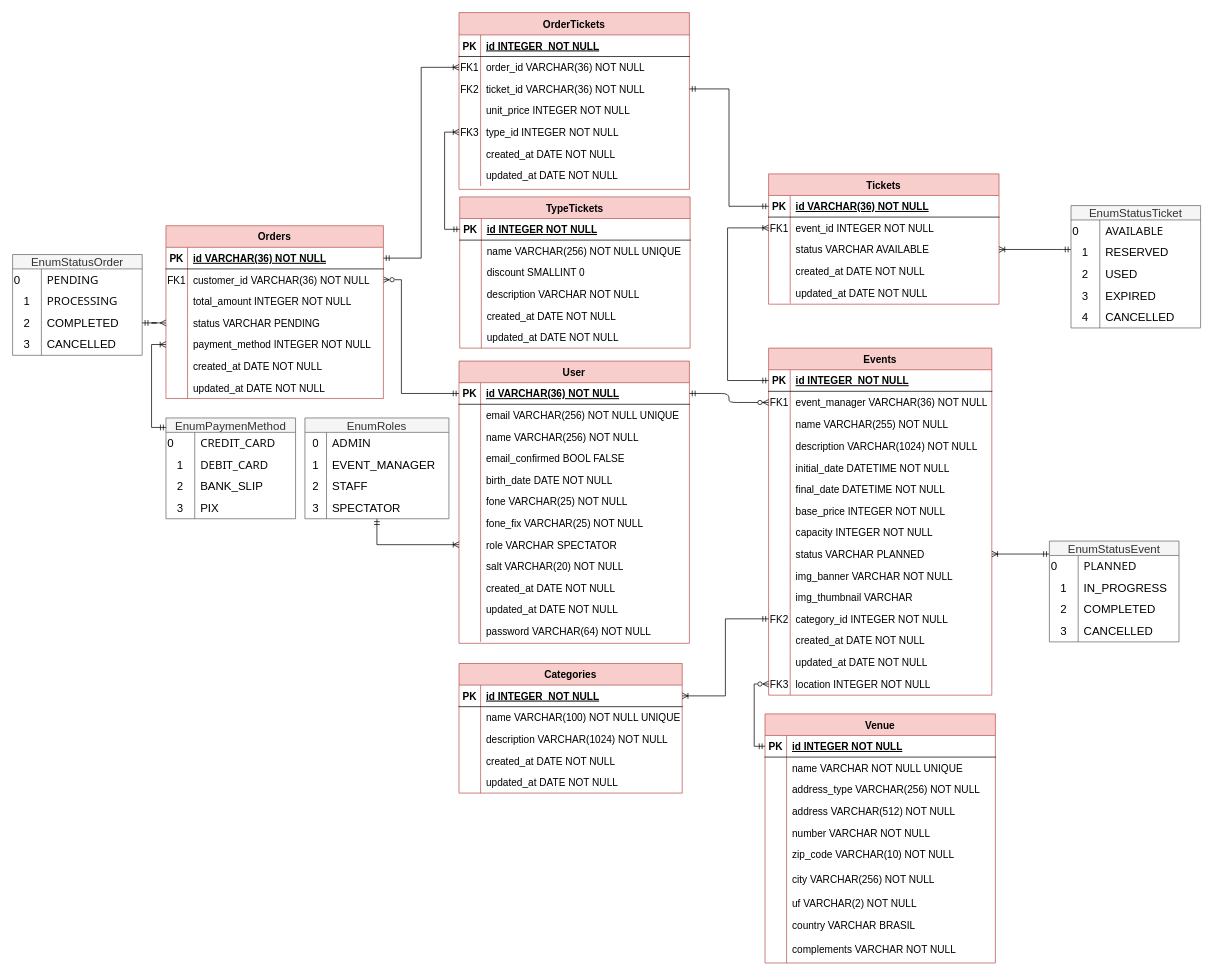
Earlier version of the draw.io diagram ticketeasypro/docs/Diagrama Entidade-Relacionamento.drawio (Christian4227/IES301_2024). Source tidied: cells renumbered, new cells numbered last; positions are measured from the earlier drawing's top-left corner, leaving out a move shared by most shapes. Both pictures are drawn from the tidied source at 72%, with x=0, y=0 at pixel (12, 12).
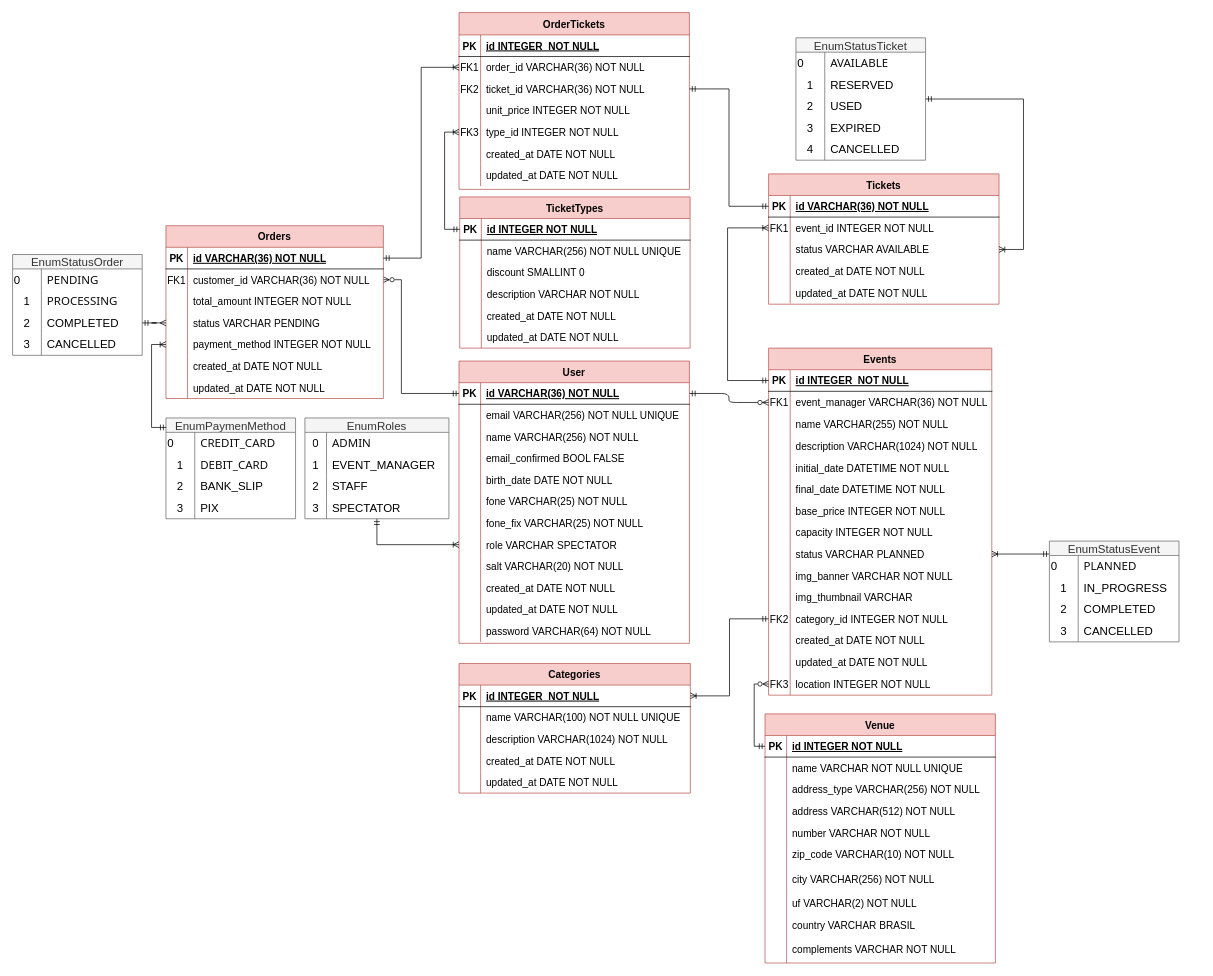
After the change.

Unchanged cells that the change refers to:
```xml
<mxCell id="109" style="shape=partialRectangle;fillColor=none;points=[[0,0.5],[1,0.5]];portConstraint=eastwest;top=0;left=0;right=0;bottom=0;fontSize=14;" parent="102" vertex="1">
  <mxGeometry y="90" width="320" height="30" as="geometry" />
</mxCell>
```

What changed in the source:
```diff
@@
     <mxCell id="85" value="Categories" style="shape=table;startSize=30;childLayout=tableLayout;rowLines=0;fontStyle=1;align=center;fillColor=#f8cecc;strokeColor=#b85450;fontSize=14;" parent="1" vertex="1">
-      <mxGeometry x="620" y="904" width="310" height="180" as="geometry" />
+      <mxGeometry x="620" y="904" width="321.3" height="180" as="geometry" />
     </mxCell>
     <mxCell id="86" style="shape=partialRectangle;fillColor=none;points=[[0,0.5],[1,0.5]];portConstraint=eastwest;top=0;left=0;right=0;bottom=1;fontSize=14;" parent="85" vertex="1">
-      <mxGeometry y="30" width="310" height="30" as="geometry" />
+      <mxGeometry y="30" width="321.3" height="30" as="geometry" />
     </mxCell>
@@
     <mxCell id="88" value="id INTEGER  NOT NULL" style="shape=partialRectangle;overflow=hidden;fillColor=none;top=0;left=0;bottom=0;right=0;align=left;spacingLeft=6;fontStyle=5;fontSize=14;" parent="86" vertex="1">
-      <mxGeometry x="30" width="280" height="30" as="geometry" />
+      <mxGeometry x="30" width="291.3" height="30" as="geometry" />
     </mxCell>
     <mxCell id="89" style="shape=partialRectangle;fillColor=none;top=0;left=0;right=0;bottom=0;fontSize=14;" parent="85" vertex="1">
-      <mxGeometry y="60" width="310" height="30" as="geometry" />
+      <mxGeometry y="60" width="321.3" height="30" as="geometry" />
     </mxCell>
@@
     <mxCell id="91" value="name VARCHAR(100) NOT NULL UNIQUE" style="shape=partialRectangle;overflow=hidden;fillColor=none;top=0;left=0;bottom=0;right=0;align=left;spacingLeft=6;fontSize=14;" parent="89" vertex="1">
-      <mxGeometry x="30" width="280" height="30" as="geometry" />
+      <mxGeometry x="30" width="291.3" height="30" as="geometry" />
     </mxCell>
     <mxCell id="92" style="shape=partialRectangle;fillColor=none;top=0;left=0;right=0;bottom=0;fontSize=14;" parent="85" vertex="1">
-      <mxGeometry y="90" width="310" height="30" as="geometry" />
+      <mxGeometry y="90" width="321.3" height="30" as="geometry" />
     </mxCell>
@@
     <mxCell id="94" value="description VARCHAR(1024) NOT NULL" style="shape=partialRectangle;overflow=hidden;fillColor=none;top=0;left=0;bottom=0;right=0;align=left;spacingLeft=6;fontSize=14;" parent="92" vertex="1">
-      <mxGeometry x="30" width="280" height="30" as="geometry" />
+      <mxGeometry x="30" width="291.3" height="30" as="geometry" />
     </mxCell>
     <mxCell id="95" style="shape=partialRectangle;fillColor=none;top=0;left=0;right=0;bottom=0;fontSize=14;" parent="85" vertex="1">
-      <mxGeometry y="120" width="310" height="30" as="geometry" />
+      <mxGeometry y="120" width="321.3" height="30" as="geometry" />
     </mxCell>
@@
     <mxCell id="97" value="created_at DATE NOT NULL" style="shape=partialRectangle;overflow=hidden;fillColor=none;top=0;left=0;bottom=0;right=0;align=left;spacingLeft=6;fontSize=14;" parent="95" vertex="1">
-      <mxGeometry x="30" width="280" height="30" as="geometry" />
+      <mxGeometry x="30" width="291.3" height="30" as="geometry" />
     </mxCell>
     <mxCell id="98" style="shape=partialRectangle;fillColor=none;top=0;left=0;right=0;bottom=0;fontSize=14;" parent="85" vertex="1">
-      <mxGeometry y="150" width="310" height="30" as="geometry" />
+      <mxGeometry y="150" width="321.3" height="30" as="geometry" />
     </mxCell>
@@
     <mxCell id="100" value="updated_at DATE NOT NULL" style="shape=partialRectangle;overflow=hidden;fillColor=none;top=0;left=0;bottom=0;right=0;align=left;spacingLeft=6;fontSize=14;" parent="98" vertex="1">
-      <mxGeometry x="30" width="280" height="30" as="geometry" />
+      <mxGeometry x="30" width="291.3" height="30" as="geometry" />
     </mxCell>
@@
     <mxCell id="142" style="edgeStyle=orthogonalEdgeStyle;rounded=0;jettySize=auto;html=1;entryX=1;entryY=0.5;entryDx=0;entryDy=0;endArrow=ERoneToMany;endFill=0;startArrow=ERmandOne;startFill=0;" parent="1" edge="1" source="143" target="109">
       <mxGeometry relative="1" as="geometry">
         <Array as="points">
-          <mxPoint x="1460" y="329" />
-          <mxPoint x="1460" y="329" />
+          <mxPoint x="1404" y="120" />
+          <mxPoint x="1404" y="329" />
         </Array>
       </mxGeometry>
     </mxCell>
     <mxCell id="143" value="EnumStatusTicket" style="shape=table;startSize=20;childLayout=tableLayout;rowLines=0;fontStyle=0;strokeColor=#666666;fontSize=16;fillColor=#f5f5f5;fontColor=#333333;" parent="1" vertex="1">
-      <mxGeometry x="1470" y="268" width="180" height="170" as="geometry" />
+      <mxGeometry x="1088" y="35" width="180" height="170" as="geometry" />
     </mxCell>
@@
-    <mxCell id="173" value="TypeTickets" style="shape=table;startSize=30;childLayout=tableLayout;rowLines=0;fontStyle=1;align=center;fillColor=#f8cecc;strokeColor=#b85450;fontSize=14;" parent="1" vertex="1">
+    <mxCell id="173" value="TicketTypes" style="shape=table;startSize=30;childLayout=tableLayout;rowLines=0;fontStyle=1;align=center;fillColor=#f8cecc;strokeColor=#b85450;fontSize=14;" parent="1" vertex="1">
       <mxGeometry x="621" y="256" width="320" height="210" as="geometry" />
     </mxCell>
```
